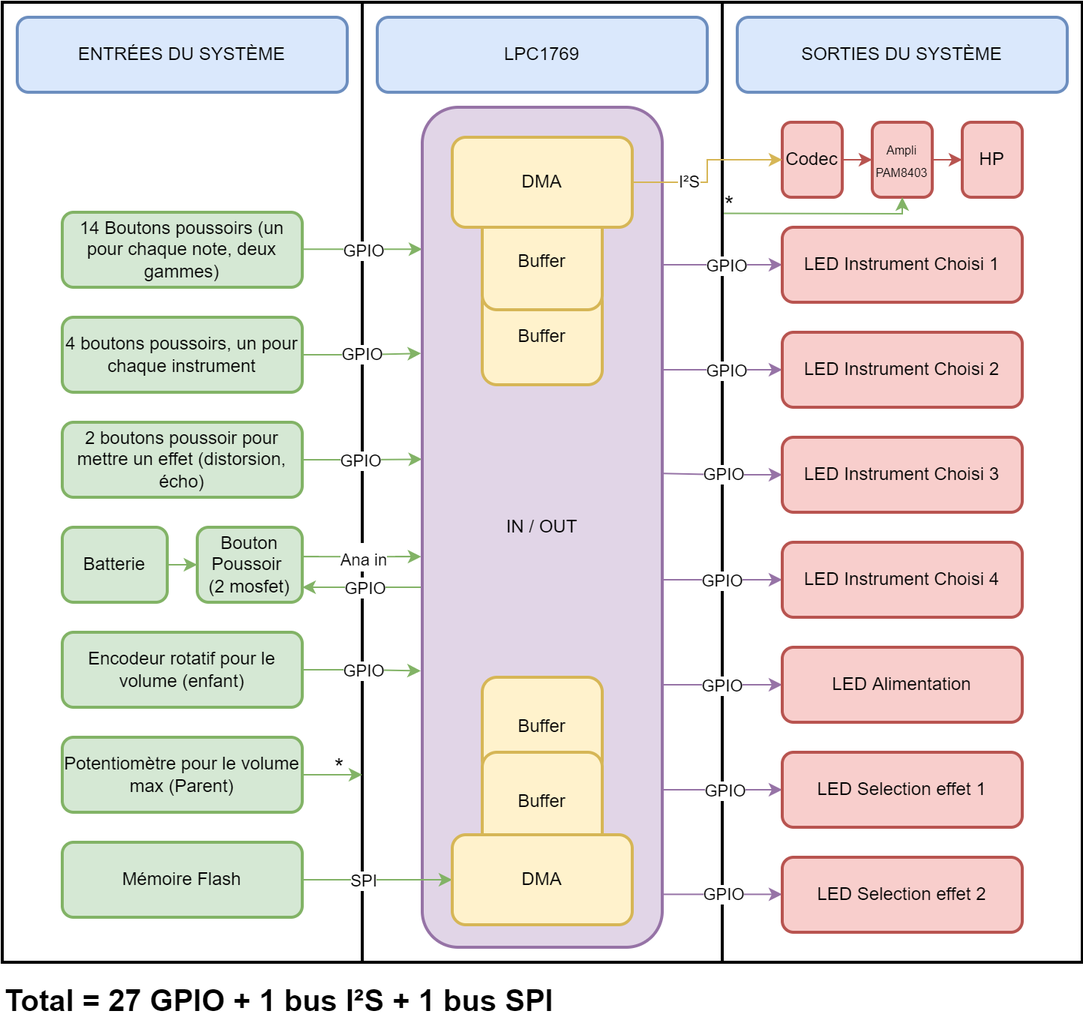
The draw.io diagram Schemas/Schema_Input_Out_v2.png in Ithoh/ProjetSynthe, before a commit. Source tidied: cells renumbered, new cells last; positions are measured from the earlier drawing's top-left corner, leaving out a move shared by most shapes.
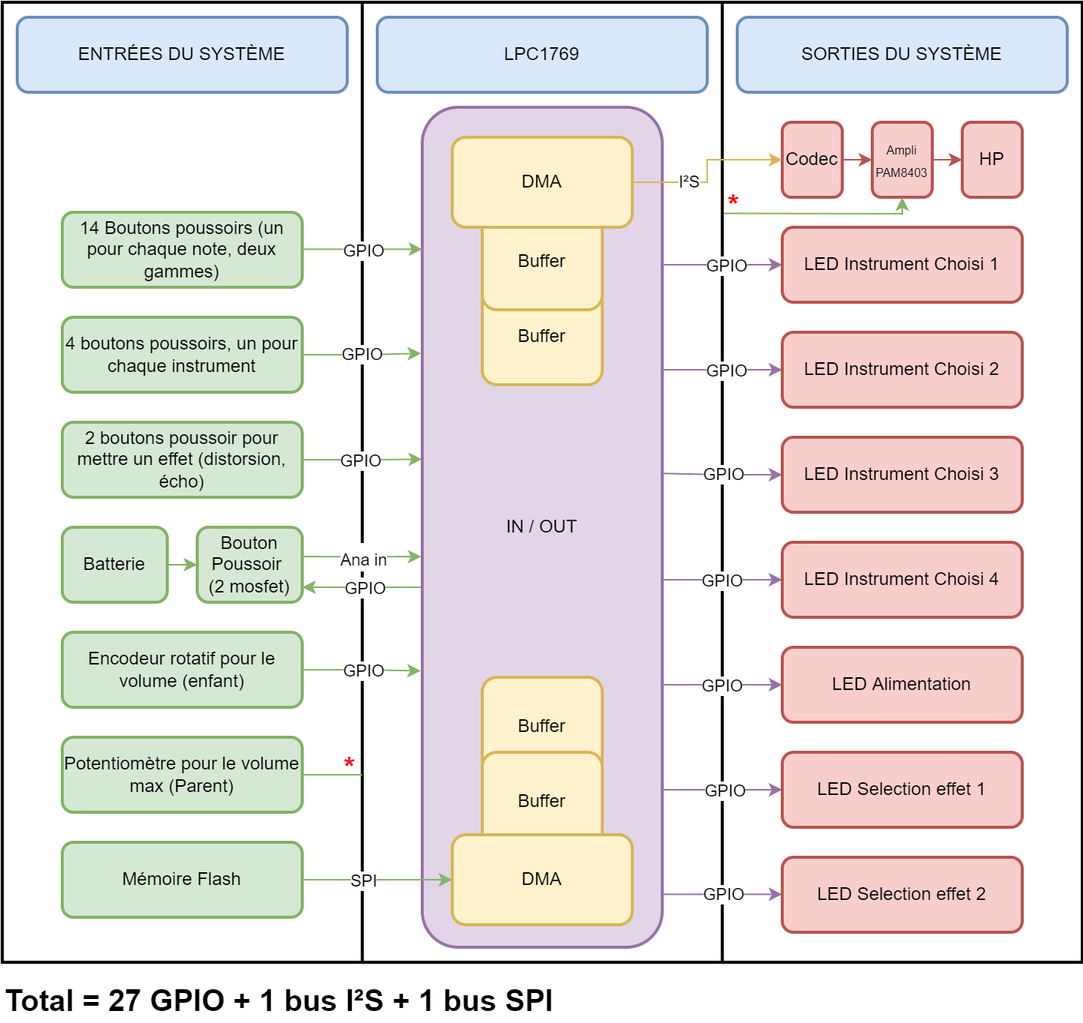
Later version of the same file.

Commit message:
Correction IO schéma

The edit, as a diff of the source:
```diff
@@ -96,7 +96,7 @@
     <mxCell id="24" value="Encodeur rotatif pour le volume (enfant)" style="rounded=1;whiteSpace=wrap;html=1;strokeColor=#82b366;strokeWidth=2;fillColor=#d5e8d4;" parent="1" vertex="1">
       <mxGeometry x="40" y="420" width="160" height="50" as="geometry" />
     </mxCell>
-    <mxCell id="25" style="edgeStyle=orthogonalEdgeStyle;rounded=0;jettySize=auto;html=1;fontSize=8;startArrow=none;startFill=0;endArrow=classic;endFill=1;fillColor=#d5e8d4;strokeColor=#82b366;" parent="1" edge="1" source="26">
+    <mxCell id="25" style="edgeStyle=orthogonalEdgeStyle;rounded=0;jettySize=auto;html=1;fontSize=8;startArrow=none;startFill=0;endArrow=none;endFill=0;fillColor=#d5e8d4;strokeColor=#82b366;" parent="1" edge="1" source="26">
       <mxGeometry relative="1" as="geometry">
         <mxPoint x="240" y="515" as="targetPoint" />
       </mxGeometry>
@@ -267,8 +267,8 @@
     <mxCell id="67" value="DMA" style="rounded=1;whiteSpace=wrap;html=1;fillColor=#fff2cc;strokeColor=#d6b656;strokeWidth=2;" parent="1" vertex="1">
       <mxGeometry x="300" y="90" width="120" height="60" as="geometry" />
     </mxCell>
-    <mxCell id="68" value="&lt;font style=&quot;font-size: 16px&quot;&gt;*&lt;/font&gt;" style="text;html=1;strokeColor=none;fillColor=none;align=center;verticalAlign=middle;whiteSpace=wrap;rounded=0;fontSize=8;" parent="1" vertex="1">
-      <mxGeometry x="220" y="505" width="10" height="10" as="geometry" />
+    <mxCell id="68" value="&lt;font size=&quot;1&quot; color=&quot;#ff0000&quot;&gt;&lt;b style=&quot;font-size: 20px&quot;&gt;*&lt;/b&gt;&lt;/font&gt;" style="text;html=1;strokeColor=none;fillColor=none;align=center;verticalAlign=middle;whiteSpace=wrap;rounded=0;fontSize=8;" parent="1" vertex="1">
+      <mxGeometry x="227" y="505" width="10" height="10" as="geometry" />
     </mxCell>
     <mxCell id="69" style="endArrow=classic;html=1;rounded=0;fontSize=16;exitX=1.002;exitY=0.22;exitDx=0;exitDy=0;exitPerimeter=0;entryX=0.5;entryY=1;entryDx=0;entryDy=0;fillColor=#d5e8d4;strokeColor=#82b366;" parent="1" edge="1" source="3" target="53">
       <mxGeometry relative="1" as="geometry">
@@ -277,8 +277,8 @@
         </Array>
       </mxGeometry>
     </mxCell>
-    <mxCell id="70" value="*" style="text;html=1;strokeColor=none;fillColor=none;align=center;verticalAlign=middle;whiteSpace=wrap;rounded=0;fontSize=16;" parent="1" vertex="1">
-      <mxGeometry x="480" y="130" width="10" height="10" as="geometry" />
+    <mxCell id="70" value="&lt;font style=&quot;font-size: 20px&quot; color=&quot;#ff0000&quot;&gt;&lt;b&gt;*&lt;/b&gt;&lt;/font&gt;" style="text;html=1;strokeColor=none;fillColor=none;align=center;verticalAlign=middle;whiteSpace=wrap;rounded=0;fontSize=16;" parent="1" vertex="1">
+      <mxGeometry x="483" y="130" width="10" height="10" as="geometry" />
     </mxCell>
   </root>
 </mxGraphModel>
```
